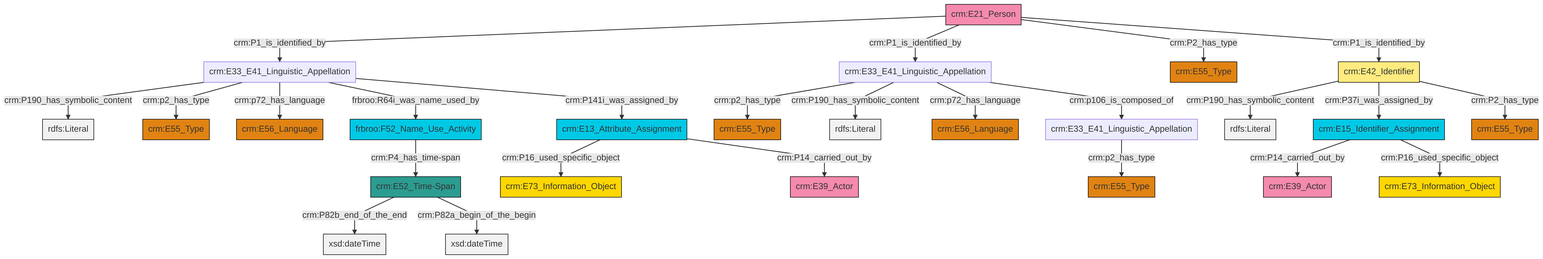
swiss-art-research-net/reference-data-models keeps this Mermaid diagram as et/personCSV/ttl/mmd/png/Person_Names_and_Classification.png. Above is the earlier version. Its source is kept beside it as et/personCSV/ttl/mmd/Person_Names_and_Classification.ttl.mmd.
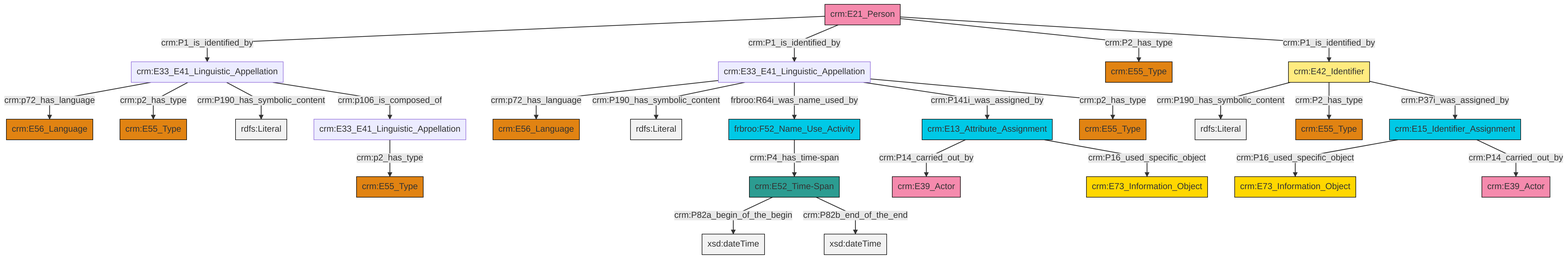
The same file after the commit.

What changed in the source:
```diff
@@ -13,27 +13,27 @@
 classDef PC_Classes fill:#4ce600, stroke:#000000;
 classDef Multi fill:#cccccc,stroke:#000000;
 
-2["crm:E33_E41_Linguistic_Appellation"]:::Default -->|crm:p2_has_type| 3["crm:E55_Type"]:::Type
-6["crm:E13_Attribute_Assignment"]:::Temporal_Entity -->|crm:P16_used_specific_object| 7["crm:E73_Information_Object"]:::Conceptual_Object
-2["crm:E33_E41_Linguistic_Appellation"]:::Default -->|crm:P190_has_symbolic_content| 19[rdfs:Literal]:::Literal
-17["frbroo:F52_Name_Use_Activity"]:::Temporal_Entity -->|crm:P4_has_time-span| 20["crm:E52_Time-Span"]:::Time-Span
-6["crm:E13_Attribute_Assignment"]:::Temporal_Entity -->|crm:P14_carried_out_by| 27["crm:E39_Actor"]:::Actor
-28["crm:E21_Person"]:::Actor -->|crm:P1_is_identified_by| 0["crm:E33_E41_Linguistic_Appellation"]:::Default
-0["crm:E33_E41_Linguistic_Appellation"]:::Default -->|crm:P190_has_symbolic_content| 29[rdfs:Literal]:::Literal
-0["crm:E33_E41_Linguistic_Appellation"]:::Default -->|crm:p2_has_type| 30["crm:E55_Type"]:::Type
-0["crm:E33_E41_Linguistic_Appellation"]:::Default -->|crm:p72_has_language| 31["crm:E56_Language"]:::Type
-33["crm:E42_Identifier"]:::Appellation -->|crm:P190_has_symbolic_content| 34[rdfs:Literal]:::Literal
-2["crm:E33_E41_Linguistic_Appellation"]:::Default -->|crm:p72_has_language| 24["crm:E56_Language"]:::Type
-20["crm:E52_Time-Span"]:::Time-Span -->|crm:P82b_end_of_the_end| 36[xsd:dateTime]:::Literal
-28["crm:E21_Person"]:::Actor -->|crm:P1_is_identified_by| 2["crm:E33_E41_Linguistic_Appellation"]:::Default
-28["crm:E21_Person"]:::Actor -->|crm:P2_has_type| 8["crm:E55_Type"]:::Type
-28["crm:E21_Person"]:::Actor -->|crm:P1_is_identified_by| 33["crm:E42_Identifier"]:::Appellation
-11["crm:E15_Identifier_Assignment"]:::Temporal_Entity -->|crm:P14_carried_out_by| 38["crm:E39_Actor"]:::Actor
-33["crm:E42_Identifier"]:::Appellation -->|crm:P37i_was_assigned_by| 11["crm:E15_Identifier_Assignment"]:::Temporal_Entity
-0["crm:E33_E41_Linguistic_Appellation"]:::Default -->|frbroo:R64i_was_name_used_by| 17["frbroo:F52_Name_Use_Activity"]:::Temporal_Entity
-11["crm:E15_Identifier_Assignment"]:::Temporal_Entity -->|crm:P16_used_specific_object| 22["crm:E73_Information_Object"]:::Conceptual_Object
-0["crm:E33_E41_Linguistic_Appellation"]:::Default -->|crm:P141i_was_assigned_by| 6["crm:E13_Attribute_Assignment"]:::Temporal_Entity
-2["crm:E33_E41_Linguistic_Appellation"]:::Default -->|crm:p106_is_composed_of| 4["crm:E33_E41_Linguistic_Appellation"]:::Default
-33["crm:E42_Identifier"]:::Appellation -->|crm:P2_has_type| 15["crm:E55_Type"]:::Type
-20["crm:E52_Time-Span"]:::Time-Span -->|crm:P82a_begin_of_the_begin| 45[xsd:dateTime]:::Literal
-4["crm:E33_E41_Linguistic_Appellation"]:::Default -->|crm:p2_has_type| 13["crm:E55_Type"]:::Type
+0["crm:E33_E41_Linguistic_Appellation"]:::Default -->|crm:p72_has_language| 1["crm:E56_Language"]:::Type
+2["crm:E21_Person"]:::Actor -->|crm:P1_is_identified_by| 3["crm:E33_E41_Linguistic_Appellation"]:::Default
+5["crm:E52_Time-Span"]:::Time-Span -->|crm:P82a_begin_of_the_begin| 6[xsd:dateTime]:::Literal
+3["crm:E33_E41_Linguistic_Appellation"]:::Default -->|crm:p72_has_language| 9["crm:E56_Language"]:::Type
+10["crm:E15_Identifier_Assignment"]:::Temporal_Entity -->|crm:P16_used_specific_object| 11["crm:E73_Information_Object"]:::Conceptual_Object
+12["crm:E13_Attribute_Assignment"]:::Temporal_Entity -->|crm:P14_carried_out_by| 13["crm:E39_Actor"]:::Actor
+2["crm:E21_Person"]:::Actor -->|crm:P1_is_identified_by| 0["crm:E33_E41_Linguistic_Appellation"]:::Default
+0["crm:E33_E41_Linguistic_Appellation"]:::Default -->|crm:P190_has_symbolic_content| 15[rdfs:Literal]:::Literal
+3["crm:E33_E41_Linguistic_Appellation"]:::Default -->|crm:p2_has_type| 17["crm:E55_Type"]:::Type
+2["crm:E21_Person"]:::Actor -->|crm:P2_has_type| 19["crm:E55_Type"]:::Type
+3["crm:E33_E41_Linguistic_Appellation"]:::Default -->|crm:P190_has_symbolic_content| 22[rdfs:Literal]:::Literal
+23["crm:E33_E41_Linguistic_Appellation"]:::Default -->|crm:p2_has_type| 24["crm:E55_Type"]:::Type
+3["crm:E33_E41_Linguistic_Appellation"]:::Default -->|crm:p106_is_composed_of| 23["crm:E33_E41_Linguistic_Appellation"]:::Default
+26["crm:E42_Identifier"]:::Appellation -->|crm:P190_has_symbolic_content| 27[rdfs:Literal]:::Literal
+12["crm:E13_Attribute_Assignment"]:::Temporal_Entity -->|crm:P16_used_specific_object| 28["crm:E73_Information_Object"]:::Conceptual_Object
+10["crm:E15_Identifier_Assignment"]:::Temporal_Entity -->|crm:P14_carried_out_by| 7["crm:E39_Actor"]:::Actor
+2["crm:E21_Person"]:::Actor -->|crm:P1_is_identified_by| 26["crm:E42_Identifier"]:::Appellation
+26["crm:E42_Identifier"]:::Appellation -->|crm:P2_has_type| 37["crm:E55_Type"]:::Type
+0["crm:E33_E41_Linguistic_Appellation"]:::Default -->|frbroo:R64i_was_name_used_by| 38["frbroo:F52_Name_Use_Activity"]:::Temporal_Entity
+38["frbroo:F52_Name_Use_Activity"]:::Temporal_Entity -->|crm:P4_has_time-span| 5["crm:E52_Time-Span"]:::Time-Span
+5["crm:E52_Time-Span"]:::Time-Span -->|crm:P82b_end_of_the_end| 40[xsd:dateTime]:::Literal
+26["crm:E42_Identifier"]:::Appellation -->|crm:P37i_was_assigned_by| 10["crm:E15_Identifier_Assignment"]:::Temporal_Entity
+0["crm:E33_E41_Linguistic_Appellation"]:::Default -->|crm:P141i_was_assigned_by| 12["crm:E13_Attribute_Assignment"]:::Temporal_Entity
+0["crm:E33_E41_Linguistic_Appellation"]:::Default -->|crm:p2_has_type| 35["crm:E55_Type"]:::Type
```
